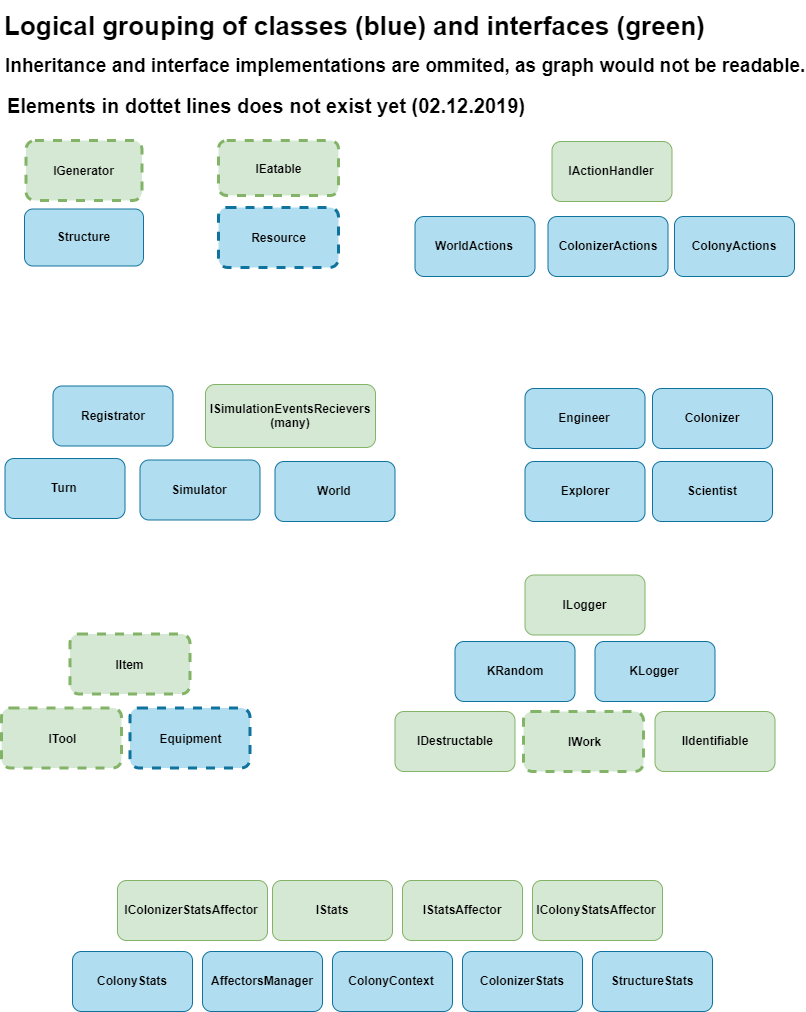
Above: Wiki/images/IClassLogicDiagram.png in KlivenPL/PW_MarsColony (draw.io), before the change. Source tidied: cells renumbered, new cells last; positions are measured from the earlier drawing's top-left corner, leaving out a move shared by most shapes. Source of this version:
```xml
<mxGraphModel>
  <root>
    <mxCell id="0" />
    <mxCell id="1" parent="0" />
    <mxCell id="2" value="Logical grouping of classes (blue) and interfaces (green)" style="text;strokeColor=none;fillColor=none;html=1;fontSize=26;fontStyle=1;verticalAlign=middle;align=center;dashed=1;labelBackgroundColor=#ffffff;" parent="1" vertex="1">
      <mxGeometry x="34" width="639" height="50" as="geometry" />
    </mxCell>
    <mxCell id="3" value="Inheritance and interface implementations are ommited, as graph would not be readable." style="text;strokeColor=none;fillColor=none;html=1;fontSize=19;fontStyle=1;verticalAlign=middle;align=center;dashed=1;labelBackgroundColor=#ffffff;" parent="1" vertex="1">
      <mxGeometry x="167" y="50" width="473" height="30" as="geometry" />
    </mxCell>
    <mxCell id="4" value="IIdentifiable" style="rounded=1;whiteSpace=wrap;html=1;fillColor=#d5e8d4;strokeColor=#82b366;fontStyle=1;" parent="1" vertex="1">
      <mxGeometry x="653.5" y="711" width="120" height="60" as="geometry" />
    </mxCell>
    <mxCell id="5" value="IDestructable" style="rounded=1;whiteSpace=wrap;html=1;fillColor=#d5e8d4;strokeColor=#82b366;fontStyle=1;" parent="1" vertex="1">
      <mxGeometry x="393.5" y="711" width="120" height="60" as="geometry" />
    </mxCell>
    <mxCell id="6" value="ILogger" style="rounded=1;whiteSpace=wrap;html=1;fillColor=#d5e8d4;strokeColor=#82b366;fontStyle=1;" parent="1" vertex="1">
      <mxGeometry x="523.5" y="574.5" width="120" height="60" as="geometry" />
    </mxCell>
    <mxCell id="7" value="KRandom" style="rounded=1;whiteSpace=wrap;html=1;fillColor=#b1ddf0;strokeColor=#10739e;fontStyle=1;" parent="1" vertex="1">
      <mxGeometry x="453.5" y="641" width="120" height="60" as="geometry" />
    </mxCell>
    <mxCell id="8" value="KLogger" style="rounded=1;whiteSpace=wrap;html=1;fillColor=#b1ddf0;strokeColor=#10739e;fontStyle=1;" parent="1" vertex="1">
      <mxGeometry x="593.5" y="641" width="120" height="60" as="geometry" />
    </mxCell>
    <mxCell id="9" value="IWork" style="rounded=1;whiteSpace=wrap;html=1;fillColor=#d5e8d4;strokeColor=#82b366;fontStyle=1;dashed=1;strokeWidth=3;" parent="1" vertex="1">
      <mxGeometry x="522" y="711" width="120" height="60" as="geometry" />
    </mxCell>
    <mxCell id="10" value="IItem" style="rounded=1;whiteSpace=wrap;html=1;fillColor=#d5e8d4;strokeColor=#82b366;fontStyle=1;dashed=1;strokeWidth=3;" parent="1" vertex="1">
      <mxGeometry x="68.5" y="633.5" width="120" height="60" as="geometry" />
    </mxCell>
    <mxCell id="11" value="Equipment" style="rounded=1;whiteSpace=wrap;html=1;fillColor=#b1ddf0;strokeColor=#10739e;fontStyle=1;strokeWidth=3;dashed=1;" parent="1" vertex="1">
      <mxGeometry x="128.5" y="707.5" width="120" height="60" as="geometry" />
    </mxCell>
    <mxCell id="12" value="ITool" style="rounded=1;whiteSpace=wrap;html=1;fillColor=#d5e8d4;strokeColor=#82b366;fontStyle=1;dashed=1;strokeWidth=3;" parent="1" vertex="1">
      <mxGeometry y="707.5" width="120" height="60" as="geometry" />
    </mxCell>
    <mxCell id="13" value="Scientist" style="rounded=1;whiteSpace=wrap;html=1;fillColor=#b1ddf0;strokeColor=#10739e;fontStyle=1;" parent="1" vertex="1">
      <mxGeometry x="651" y="461" width="120" height="60" as="geometry" />
    </mxCell>
    <mxCell id="14" value="Explorer" style="rounded=1;whiteSpace=wrap;html=1;fillColor=#b1ddf0;strokeColor=#10739e;fontStyle=1;" parent="1" vertex="1">
      <mxGeometry x="523.5" y="461" width="120" height="60" as="geometry" />
    </mxCell>
    <mxCell id="15" value="Engineer" style="rounded=1;whiteSpace=wrap;html=1;fillColor=#b1ddf0;strokeColor=#10739e;fontStyle=1;" parent="1" vertex="1">
      <mxGeometry x="523.5" y="388" width="120" height="60" as="geometry" />
    </mxCell>
    <mxCell id="16" value="Colonizer" style="rounded=1;whiteSpace=wrap;html=1;fillColor=#b1ddf0;strokeColor=#10739e;fontStyle=1;" parent="1" vertex="1">
      <mxGeometry x="651" y="388" width="120" height="60" as="geometry" />
    </mxCell>
    <mxCell id="17" value="IStats" style="rounded=1;whiteSpace=wrap;html=1;fillColor=#d5e8d4;strokeColor=#82b366;fontStyle=1;" parent="1" vertex="1">
      <mxGeometry x="271" y="880" width="120" height="60" as="geometry" />
    </mxCell>
    <mxCell id="18" value="IStatsAffector" style="rounded=1;whiteSpace=wrap;html=1;fillColor=#d5e8d4;strokeColor=#82b366;fontStyle=1;" parent="1" vertex="1">
      <mxGeometry x="401" y="880" width="120" height="60" as="geometry" />
    </mxCell>
    <mxCell id="19" value="IColonyStatsAffector" style="rounded=1;whiteSpace=wrap;html=1;fillColor=#d5e8d4;strokeColor=#82b366;fontStyle=1;" parent="1" vertex="1">
      <mxGeometry x="531" y="880" width="130" height="60" as="geometry" />
    </mxCell>
    <mxCell id="20" value="IColonizerStatsAffector" style="rounded=1;whiteSpace=wrap;html=1;fillColor=#d5e8d4;strokeColor=#82b366;fontStyle=1;" parent="1" vertex="1">
      <mxGeometry x="116" y="880" width="150" height="60" as="geometry" />
    </mxCell>
    <mxCell id="21" value="StructureStats" style="rounded=1;whiteSpace=wrap;html=1;fillColor=#b1ddf0;strokeColor=#10739e;fontStyle=1;" parent="1" vertex="1">
      <mxGeometry x="591" y="951" width="120" height="60" as="geometry" />
    </mxCell>
    <mxCell id="22" value="ColonyStats" style="rounded=1;whiteSpace=wrap;html=1;fillColor=#b1ddf0;strokeColor=#10739e;fontStyle=1;" parent="1" vertex="1">
      <mxGeometry x="71" y="951" width="120" height="60" as="geometry" />
    </mxCell>
    <mxCell id="23" value="AffectorsManager" style="rounded=1;whiteSpace=wrap;html=1;fillColor=#b1ddf0;strokeColor=#10739e;fontStyle=1;" parent="1" vertex="1">
      <mxGeometry x="201" y="951" width="120" height="60" as="geometry" />
    </mxCell>
    <mxCell id="24" value="ColonyContext" style="rounded=1;whiteSpace=wrap;html=1;fillColor=#b1ddf0;strokeColor=#10739e;fontStyle=1;" parent="1" vertex="1">
      <mxGeometry x="331" y="951" width="120" height="60" as="geometry" />
    </mxCell>
    <mxCell id="25" value="ColonizerStats" style="rounded=1;whiteSpace=wrap;html=1;fillColor=#b1ddf0;strokeColor=#10739e;fontStyle=1;" parent="1" vertex="1">
      <mxGeometry x="461" y="951" width="120" height="60" as="geometry" />
    </mxCell>
    <mxCell id="26" value="IActionHandler" style="rounded=1;whiteSpace=wrap;html=1;fillColor=#d5e8d4;strokeColor=#82b366;fontStyle=1;" parent="1" vertex="1">
      <mxGeometry x="550.5" y="141" width="120" height="60" as="geometry" />
    </mxCell>
    <mxCell id="27" value="ColonizerActions" style="rounded=1;whiteSpace=wrap;html=1;fillColor=#b1ddf0;strokeColor=#10739e;fontStyle=1;" parent="1" vertex="1">
      <mxGeometry x="546.5" y="216" width="120" height="60" as="geometry" />
    </mxCell>
    <mxCell id="28" value="WorldActions" style="rounded=1;whiteSpace=wrap;html=1;fillColor=#b1ddf0;strokeColor=#10739e;fontStyle=1;" parent="1" vertex="1">
      <mxGeometry x="413.5" y="216" width="120" height="60" as="geometry" />
    </mxCell>
    <mxCell id="29" value="ColonyActions" style="rounded=1;whiteSpace=wrap;html=1;fillColor=#b1ddf0;strokeColor=#10739e;fontStyle=1;" parent="1" vertex="1">
      <mxGeometry x="673" y="216" width="120" height="60" as="geometry" />
    </mxCell>
    <mxCell id="30" value="ISimulationEventsRecievers&lt;br&gt;(many)" style="rounded=1;whiteSpace=wrap;html=1;fillColor=#d5e8d4;strokeColor=#82b366;fontStyle=1;" parent="1" vertex="1">
      <mxGeometry x="204" y="384" width="170" height="63" as="geometry" />
    </mxCell>
    <mxCell id="31" value="World" style="rounded=1;whiteSpace=wrap;html=1;fillColor=#b1ddf0;strokeColor=#10739e;fontStyle=1;" parent="1" vertex="1">
      <mxGeometry x="273.5" y="461" width="120" height="60" as="geometry" />
    </mxCell>
    <mxCell id="32" value="Turn" style="rounded=1;whiteSpace=wrap;html=1;fillColor=#b1ddf0;strokeColor=#10739e;fontStyle=1;" parent="1" vertex="1">
      <mxGeometry x="3.5" y="458" width="120" height="60" as="geometry" />
    </mxCell>
    <mxCell id="33" value="Simulator" style="rounded=1;whiteSpace=wrap;html=1;fillColor=#b1ddf0;strokeColor=#10739e;fontStyle=1;" parent="1" vertex="1">
      <mxGeometry x="138.5" y="459.5" width="120" height="60" as="geometry" />
    </mxCell>
    <mxCell id="34" value="Registrator" style="rounded=1;whiteSpace=wrap;html=1;fillColor=#b1ddf0;strokeColor=#10739e;fontStyle=1;" parent="1" vertex="1">
      <mxGeometry x="51.5" y="385.5" width="120" height="60" as="geometry" />
    </mxCell>
    <mxCell id="35" value="Structure" style="rounded=1;whiteSpace=wrap;html=1;fillColor=#b1ddf0;strokeColor=#10739e;fontStyle=1;" parent="1" vertex="1">
      <mxGeometry x="23" y="208.5" width="119" height="57" as="geometry" />
    </mxCell>
    <mxCell id="36" value="IGenerator" style="rounded=1;whiteSpace=wrap;html=1;fillColor=#d5e8d4;strokeColor=#82b366;fontStyle=1;dashed=1;strokeWidth=3;" parent="1" vertex="1">
      <mxGeometry x="24.5" y="140" width="116" height="60" as="geometry" />
    </mxCell>
    <mxCell id="37" value="Resource" style="rounded=1;whiteSpace=wrap;html=1;fillColor=#b1ddf0;strokeColor=#10739e;fontStyle=1;strokeWidth=3;dashed=1;" parent="1" vertex="1">
      <mxGeometry x="217" y="207" width="120" height="60" as="geometry" />
    </mxCell>
    <mxCell id="38" value="IEatable" style="rounded=1;whiteSpace=wrap;html=1;fillColor=#d5e8d4;strokeColor=#82b366;fontStyle=1;dashed=1;strokeWidth=3;" parent="1" vertex="1">
      <mxGeometry x="217" y="140" width="120" height="55" as="geometry" />
    </mxCell>
    <mxCell id="39" value="Elements in dottet lines does not exist yet (02.12.2019)" style="text;strokeColor=none;fillColor=none;html=1;fontSize=20;fontStyle=1;verticalAlign=middle;align=center;dashed=1;labelBackgroundColor=#ffffff;" parent="1" vertex="1">
      <mxGeometry x="28.5" y="90" width="473" height="30" as="geometry" />
    </mxCell>
  </root>
</mxGraphModel>
```
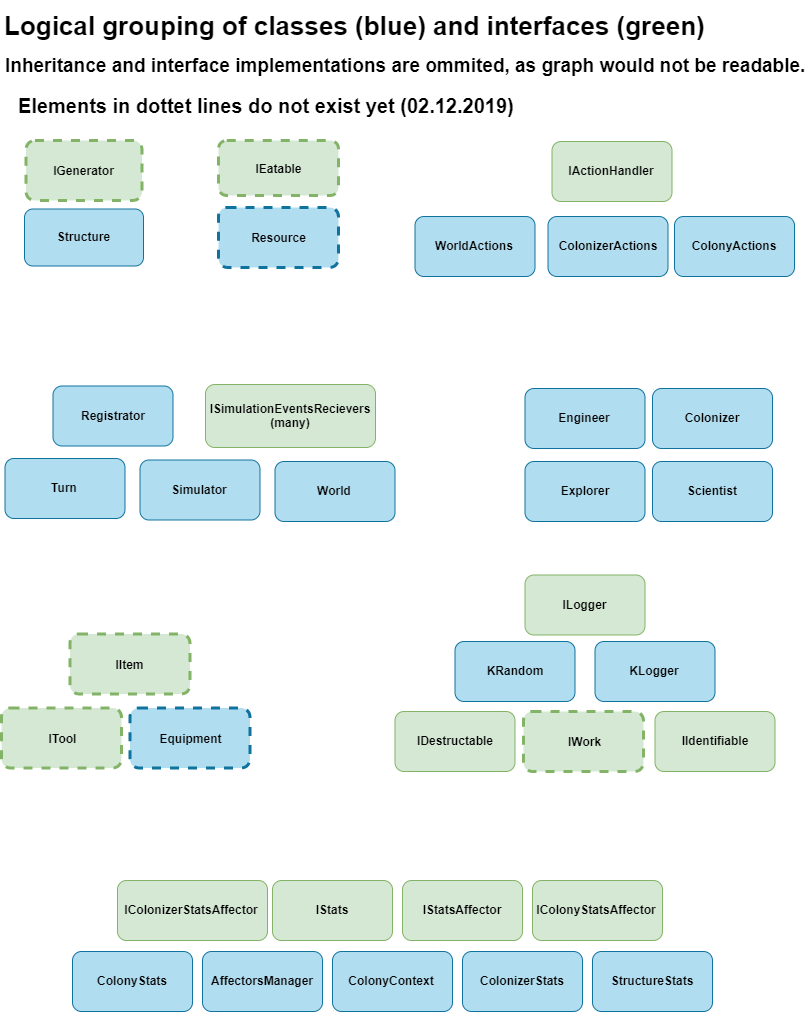
After the change.

Diff of the diagram source:
```diff
@@ -113,7 +113,7 @@
     <mxCell id="38" value="IEatable" style="rounded=1;whiteSpace=wrap;html=1;fillColor=#d5e8d4;strokeColor=#82b366;fontStyle=1;dashed=1;strokeWidth=3;" parent="1" vertex="1">
       <mxGeometry x="217" y="140" width="120" height="55" as="geometry" />
     </mxCell>
-    <mxCell id="39" value="Elements in dottet lines does not exist yet (02.12.2019)" style="text;strokeColor=none;fillColor=none;html=1;fontSize=20;fontStyle=1;verticalAlign=middle;align=center;dashed=1;labelBackgroundColor=#ffffff;" parent="1" vertex="1">
+    <mxCell id="39" value="Elements in dottet lines do not exist yet (02.12.2019)" style="text;strokeColor=none;fillColor=none;html=1;fontSize=20;fontStyle=1;verticalAlign=middle;align=center;dashed=1;labelBackgroundColor=#ffffff;" parent="1" vertex="1">
       <mxGeometry x="28.5" y="90" width="473" height="30" as="geometry" />
     </mxCell>
   </root>
```
